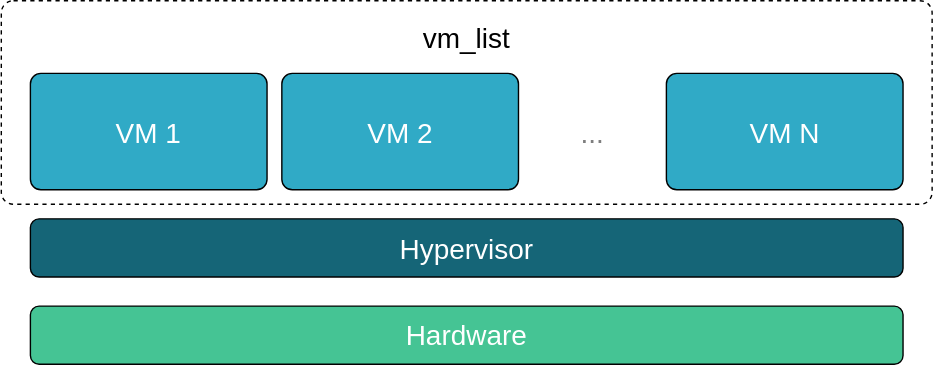
Earlier version of the draw.io export source/bao_hyp/img/guest-config.svg (bao-project/bao-docs). Source tidied: cells renumbered, new cells last; positions are measured from the earlier drawing's top-left corner, leaving out a move shared by most shapes. The source it was exported from:
```xml
<mxGraphModel>
  <root>
    <mxCell id="0" />
    <mxCell id="1" parent="0" />
    <mxCell id="2" style="group;fontSize=20;" parent="1" vertex="1">
      <mxGeometry width="665.6" height="260" as="geometry" />
    </mxCell>
    <mxCell id="3" style="rounded=1;whiteSpace=wrap;html=1;fillColor=none;arcSize=6;dashed=1;fontSize=20;" parent="2" vertex="1">
      <mxGeometry width="665.6" height="145.6" as="geometry" />
    </mxCell>
    <mxCell id="4" value="&lt;font color=&quot;#ffffff&quot;&gt;Hypervisor&lt;/font&gt;" style="rounded=1;whiteSpace=wrap;html=1;fillColor=#156577;fontSize=20;" parent="2" vertex="1">
      <mxGeometry x="20.8" y="156" width="624" height="41.6" as="geometry" />
    </mxCell>
    <mxCell id="5" value="&lt;font color=&quot;#ffffff&quot;&gt;Hardware&lt;/font&gt;" style="rounded=1;whiteSpace=wrap;html=1;fillColor=#45c494;fontSize=20;" parent="2" vertex="1">
      <mxGeometry x="20.8" y="218.4" width="624" height="41.6" as="geometry" />
    </mxCell>
    <mxCell id="6" value="vm_list" style="text;html=1;strokeColor=none;fillColor=none;align=center;verticalAlign=middle;whiteSpace=wrap;rounded=0;opacity=50;fontSize=20;" parent="2" vertex="1">
      <mxGeometry x="20.8" width="624" height="52" as="geometry" />
    </mxCell>
    <mxCell id="7" style="group;fontSize=20;" parent="2" vertex="1">
      <mxGeometry x="20.8" y="52" width="624" height="83.2" as="geometry" />
    </mxCell>
    <mxCell id="8" value="..." style="text;html=1;strokeColor=none;fillColor=none;align=center;verticalAlign=middle;whiteSpace=wrap;rounded=0;opacity=50;textOpacity=50;fontSize=20;" parent="7" vertex="1">
      <mxGeometry x="349" y="10.4" width="105.8" height="62.4" as="geometry" />
    </mxCell>
    <mxCell id="9" value="&lt;font color=&quot;#ffffff&quot; style=&quot;font-size: 20px;&quot;&gt;VM N&lt;/font&gt;" style="rounded=1;whiteSpace=wrap;html=1;fillColor=#30aac6;arcSize=9;fontSize=20;" parent="7" vertex="1">
      <mxGeometry x="454.8" width="169.2" height="83.2" as="geometry" />
    </mxCell>
    <mxCell id="10" value="&lt;font color=&quot;#ffffff&quot; style=&quot;font-size: 20px;&quot;&gt;VM 2&lt;/font&gt;" style="rounded=1;whiteSpace=wrap;html=1;fillColor=#30aac6;arcSize=9;fontSize=20;" parent="7" vertex="1">
      <mxGeometry x="179.8" width="169.2" height="83.2" as="geometry" />
    </mxCell>
    <mxCell id="11" value="&lt;font color=&quot;#ffffff&quot; style=&quot;font-size: 20px;&quot;&gt;VM 1&lt;/font&gt;" style="rounded=1;whiteSpace=wrap;html=1;fillColor=#30aac6;arcSize=9;fontSize=20;" parent="7" vertex="1">
      <mxGeometry width="169.2" height="83.2" as="geometry" />
    </mxCell>
  </root>
</mxGraphModel>
```
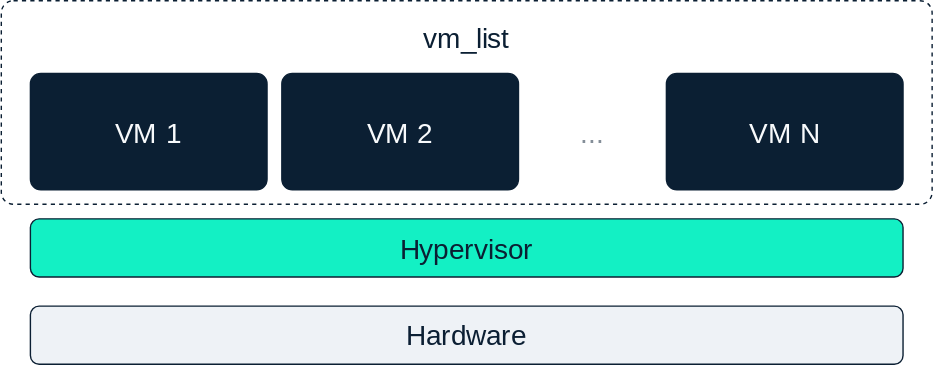
Above is the later version.

Commit message:
style(figures): recolor the hypervisor figures to the new identity

What changed in the source:
```diff
@@ -8,10 +8,10 @@
     <mxCell id="3" style="rounded=1;whiteSpace=wrap;html=1;fillColor=none;arcSize=6;dashed=1;fontSize=20;" parent="2" vertex="1">
       <mxGeometry width="665.6" height="145.6" as="geometry" />
     </mxCell>
-    <mxCell id="4" value="&lt;font color=&quot;#ffffff&quot;&gt;Hypervisor&lt;/font&gt;" style="rounded=1;whiteSpace=wrap;html=1;fillColor=#156577;fontSize=20;" parent="2" vertex="1">
+    <mxCell id="4" value="&lt;font color=&quot;#0B1F33&quot;&gt;Hypervisor&lt;/font&gt;" style="rounded=1;whiteSpace=wrap;html=1;fillColor=#13F0C4;fontSize=20;" parent="2" vertex="1">
       <mxGeometry x="20.8" y="156" width="624" height="41.6" as="geometry" />
     </mxCell>
-    <mxCell id="5" value="&lt;font color=&quot;#ffffff&quot;&gt;Hardware&lt;/font&gt;" style="rounded=1;whiteSpace=wrap;html=1;fillColor=#45c494;fontSize=20;" parent="2" vertex="1">
+    <mxCell id="5" value="&lt;font color=&quot;#0B1F33&quot;&gt;Hardware&lt;/font&gt;" style="rounded=1;whiteSpace=wrap;html=1;fillColor=#EEF2F6;fontSize=20;" parent="2" vertex="1">
       <mxGeometry x="20.8" y="218.4" width="624" height="41.6" as="geometry" />
     </mxCell>
     <mxCell id="6" value="vm_list" style="text;html=1;strokeColor=none;fillColor=none;align=center;verticalAlign=middle;whiteSpace=wrap;rounded=0;opacity=50;fontSize=20;" parent="2" vertex="1">
@@ -23,13 +23,13 @@
     <mxCell id="8" value="..." style="text;html=1;strokeColor=none;fillColor=none;align=center;verticalAlign=middle;whiteSpace=wrap;rounded=0;opacity=50;textOpacity=50;fontSize=20;" parent="7" vertex="1">
       <mxGeometry x="349" y="10.4" width="105.8" height="62.4" as="geometry" />
     </mxCell>
-    <mxCell id="9" value="&lt;font color=&quot;#ffffff&quot; style=&quot;font-size: 20px;&quot;&gt;VM N&lt;/font&gt;" style="rounded=1;whiteSpace=wrap;html=1;fillColor=#30aac6;arcSize=9;fontSize=20;" parent="7" vertex="1">
+    <mxCell id="9" value="&lt;font color=&quot;#F8FAFC&quot; style=&quot;font-size: 20px;&quot;&gt;VM N&lt;/font&gt;" style="rounded=1;whiteSpace=wrap;html=1;fillColor=#0B1F33;arcSize=9;fontSize=20;" parent="7" vertex="1">
       <mxGeometry x="454.8" width="169.2" height="83.2" as="geometry" />
     </mxCell>
-    <mxCell id="10" value="&lt;font color=&quot;#ffffff&quot; style=&quot;font-size: 20px;&quot;&gt;VM 2&lt;/font&gt;" style="rounded=1;whiteSpace=wrap;html=1;fillColor=#30aac6;arcSize=9;fontSize=20;" parent="7" vertex="1">
+    <mxCell id="10" value="&lt;font color=&quot;#F8FAFC&quot; style=&quot;font-size: 20px;&quot;&gt;VM 2&lt;/font&gt;" style="rounded=1;whiteSpace=wrap;html=1;fillColor=#0B1F33;arcSize=9;fontSize=20;" parent="7" vertex="1">
       <mxGeometry x="179.8" width="169.2" height="83.2" as="geometry" />
     </mxCell>
-    <mxCell id="11" value="&lt;font color=&quot;#ffffff&quot; style=&quot;font-size: 20px;&quot;&gt;VM 1&lt;/font&gt;" style="rounded=1;whiteSpace=wrap;html=1;fillColor=#30aac6;arcSize=9;fontSize=20;" parent="7" vertex="1">
+    <mxCell id="11" value="&lt;font color=&quot;#F8FAFC&quot; style=&quot;font-size: 20px;&quot;&gt;VM 1&lt;/font&gt;" style="rounded=1;whiteSpace=wrap;html=1;fillColor=#0B1F33;arcSize=9;fontSize=20;" parent="7" vertex="1">
       <mxGeometry width="169.2" height="83.2" as="geometry" />
     </mxCell>
   </root>
```
